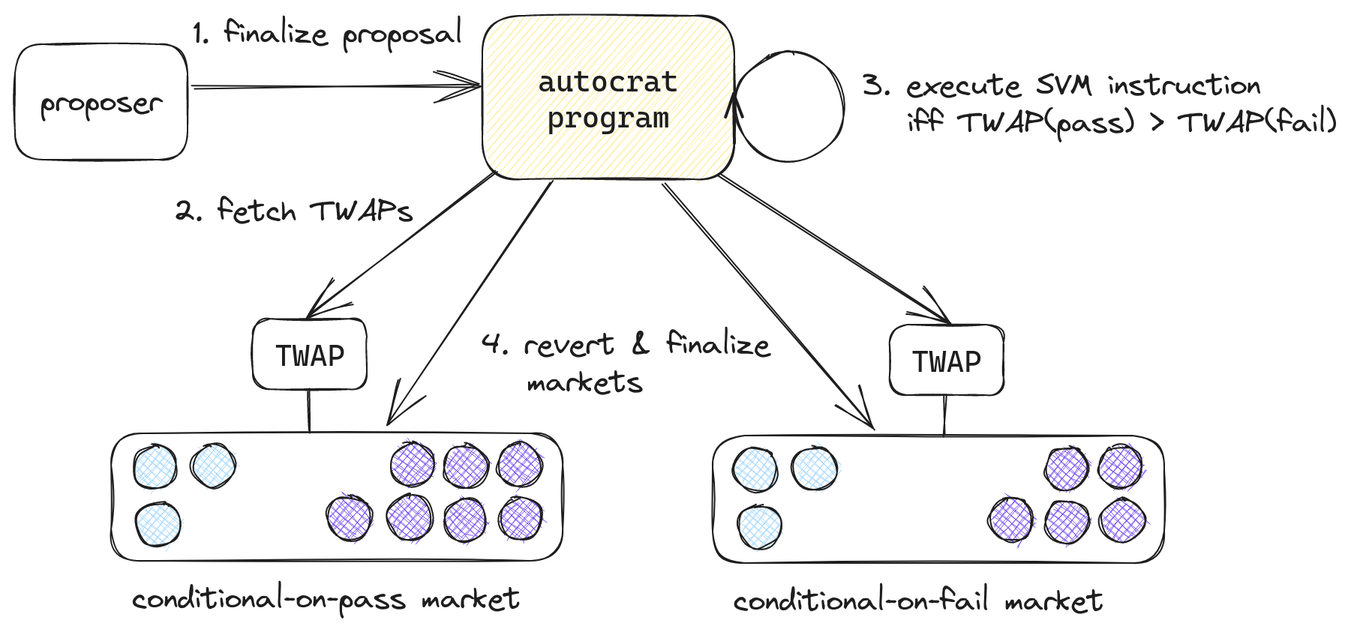
The Excalidraw diagram img/autocrat-finalize.png in metaDAOproject/JTD-docs, before a commit. Source tidied: one line per element, renumbered; positions are measured from the earlier drawing's top-left corner, leaving out a move shared by most shapes.
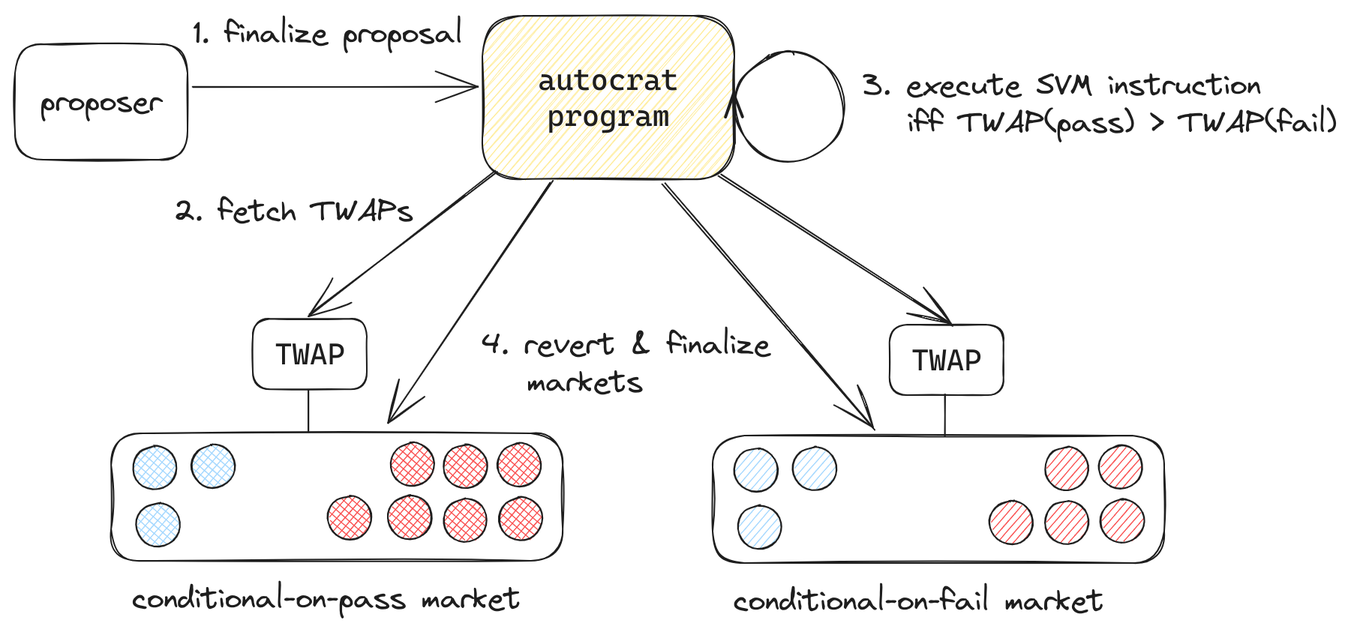
Above is the later version.

Commit message:
Add autocrat finalize image

Diff of the diagram source:
```diff
@@ -11,21 +11,21 @@
 {"id": 10, "type": "rectangle", "strokeColor": "#1e1e1e", "strokeWidth": 1, "roughness": 1, "round": true, "x": 64, "y": 279, "width": 301, "height": 85}
 {"id": 11, "type": "ellipse", "strokeColor": "#1e1e1e", "backgroundColor": "#a5d8ff", "fillStyle": "cross-hatch", "strokeWidth": 1, "roughness": 1, "round": true, "x": 79, "y": 288, "width": 29, "height": 29}
 {"id": 12, "type": "ellipse", "strokeColor": "#1e1e1e", "backgroundColor": "#a5d8ff", "fillStyle": "cross-hatch", "strokeWidth": 1, "roughness": 1, "round": true, "x": 118, "y": 286, "width": 29, "height": 29}
-{"id": 13, "type": "ellipse", "strokeColor": "#1e1e1e", "backgroundColor": "#7950f2", "fillStyle": "cross-hatch", "strokeWidth": 1, "roughness": 1, "round": true, "x": 323, "y": 322, "width": 29, "height": 29}
+{"id": 13, "type": "ellipse", "strokeColor": "#1e1e1e", "backgroundColor": "#fa5252", "fillStyle": "cross-hatch", "strokeWidth": 1, "roughness": 1, "round": true, "x": 323, "y": 322, "width": 29, "height": 29}
-{"id": 14, "type": "ellipse", "strokeColor": "#1e1e1e", "backgroundColor": "#7950f2", "fillStyle": "cross-hatch", "strokeWidth": 1, "roughness": 1, "round": true, "x": 286, "y": 322, "width": 29, "height": 29}
+{"id": 14, "type": "ellipse", "strokeColor": "#1e1e1e", "backgroundColor": "#fa5252", "fillStyle": "cross-hatch", "strokeWidth": 1, "roughness": 1, "round": true, "x": 286, "y": 322, "width": 29, "height": 29}
-{"id": 15, "type": "ellipse", "strokeColor": "#1e1e1e", "backgroundColor": "#7950f2", "fillStyle": "cross-hatch", "strokeWidth": 1, "roughness": 1, "round": true, "x": 322, "y": 286, "width": 29, "height": 29}
+{"id": 15, "type": "ellipse", "strokeColor": "#1e1e1e", "backgroundColor": "#fa5252", "fillStyle": "cross-hatch", "strokeWidth": 1, "roughness": 1, "round": true, "x": 322, "y": 286, "width": 29, "height": 29}
-{"id": 16, "type": "ellipse", "strokeColor": "#1e1e1e", "backgroundColor": "#7950f2", "fillStyle": "cross-hatch", "strokeWidth": 1, "roughness": 1, "round": true, "x": 286, "y": 286, "width": 29, "height": 29}
+{"id": 16, "type": "ellipse", "strokeColor": "#1e1e1e", "backgroundColor": "#fa5252", "fillStyle": "cross-hatch", "strokeWidth": 1, "roughness": 1, "round": true, "x": 286, "y": 286, "width": 29, "height": 29}
-{"id": 17, "type": "ellipse", "strokeColor": "#1e1e1e", "backgroundColor": "#7950f2", "fillStyle": "cross-hatch", "strokeWidth": 1, "roughness": 1, "round": true, "x": 249, "y": 320, "width": 29, "height": 29}
+{"id": 17, "type": "ellipse", "strokeColor": "#1e1e1e", "backgroundColor": "#fa5252", "fillStyle": "cross-hatch", "strokeWidth": 1, "roughness": 1, "round": true, "x": 249, "y": 320, "width": 29, "height": 29}
 {"id": 18, "type": "text", "text": "conditional-on-pass market", "strokeColor": "#1e1e1e", "strokeWidth": 1, "roughness": 1, "fontSize": 20, "fontFamily": 1, "x": 78, "y": 377, "width": 259, "height": 25}
-{"id": 19, "type": "ellipse", "strokeColor": "#1e1e1e", "backgroundColor": "#a5d8ff", "fillStyle": "cross-hatch", "strokeWidth": 1, "roughness": 1, "round": true, "x": 482, "y": 327, "width": 29, "height": 29}
+{"id": 19, "type": "ellipse", "strokeColor": "#1e1e1e", "backgroundColor": "#a5d8ff", "fillStyle": "hachure", "strokeWidth": 1, "roughness": 1, "round": true, "x": 482, "y": 327, "width": 29, "height": 29}
 {"id": 20, "type": "rectangle", "strokeColor": "#1e1e1e", "strokeWidth": 1, "roughness": 1, "round": true, "x": 465, "y": 280, "width": 301, "height": 85}
-{"id": 21, "type": "ellipse", "strokeColor": "#1e1e1e", "backgroundColor": "#a5d8ff", "fillStyle": "cross-hatch", "strokeWidth": 1, "roughness": 1, "round": true, "x": 480, "y": 289, "width": 29, "height": 29}
+{"id": 21, "type": "ellipse", "strokeColor": "#1e1e1e", "backgroundColor": "#a5d8ff", "fillStyle": "hachure", "strokeWidth": 1, "roughness": 1, "round": true, "x": 480, "y": 289, "width": 29, "height": 29}
-{"id": 22, "type": "ellipse", "strokeColor": "#1e1e1e", "backgroundColor": "#a5d8ff", "fillStyle": "cross-hatch", "strokeWidth": 1, "roughness": 1, "round": true, "x": 518, "y": 288, "width": 29, "height": 29}
+{"id": 22, "type": "ellipse", "strokeColor": "#1e1e1e", "backgroundColor": "#a5d8ff", "fillStyle": "hachure", "strokeWidth": 1, "roughness": 1, "round": true, "x": 518, "y": 288, "width": 29, "height": 29}
-{"id": 23, "type": "ellipse", "strokeColor": "#1e1e1e", "backgroundColor": "#7950f2", "fillStyle": "cross-hatch", "strokeWidth": 1, "roughness": 1, "round": true, "x": 724, "y": 323, "width": 29, "height": 29}
+{"id": 23, "type": "ellipse", "strokeColor": "#1e1e1e", "backgroundColor": "#fa5252", "fillStyle": "hachure", "strokeWidth": 1, "roughness": 1, "round": true, "x": 724, "y": 323, "width": 29, "height": 29}
-{"id": 24, "type": "ellipse", "strokeColor": "#1e1e1e", "backgroundColor": "#7950f2", "fillStyle": "cross-hatch", "strokeWidth": 1, "roughness": 1, "round": true, "x": 686, "y": 324, "width": 29, "height": 29}
+{"id": 24, "type": "ellipse", "strokeColor": "#1e1e1e", "backgroundColor": "#fa5252", "fillStyle": "hachure", "strokeWidth": 1, "roughness": 1, "round": true, "x": 686, "y": 324, "width": 29, "height": 29}
-{"id": 25, "type": "ellipse", "strokeColor": "#1e1e1e", "backgroundColor": "#7950f2", "fillStyle": "cross-hatch", "strokeWidth": 1, "roughness": 1, "round": true, "x": 722, "y": 287, "width": 29, "height": 29}
+{"id": 25, "type": "ellipse", "strokeColor": "#1e1e1e", "backgroundColor": "#fa5252", "fillStyle": "hachure", "strokeWidth": 1, "roughness": 1, "round": true, "x": 722, "y": 287, "width": 29, "height": 29}
-{"id": 26, "type": "ellipse", "strokeColor": "#1e1e1e", "backgroundColor": "#7950f2", "fillStyle": "cross-hatch", "strokeWidth": 1, "roughness": 1, "round": true, "x": 686, "y": 288, "width": 29, "height": 29}
+{"id": 26, "type": "ellipse", "strokeColor": "#1e1e1e", "backgroundColor": "#fa5252", "fillStyle": "hachure", "strokeWidth": 1, "roughness": 1, "round": true, "x": 686, "y": 288, "width": 29, "height": 29}
-{"id": 27, "type": "ellipse", "strokeColor": "#1e1e1e", "backgroundColor": "#7950f2", "fillStyle": "cross-hatch", "strokeWidth": 1, "roughness": 1, "round": true, "x": 650, "y": 322, "width": 29, "height": 29}
+{"id": 27, "type": "ellipse", "strokeColor": "#1e1e1e", "backgroundColor": "#fa5252", "fillStyle": "hachure", "strokeWidth": 1, "roughness": 1, "round": true, "x": 650, "y": 324, "width": 29, "height": 29}
 {"id": 28, "type": "text", "text": "conditional-on-fail market", "strokeColor": "#1e1e1e", "strokeWidth": 1, "roughness": 1, "fontSize": 20, "fontFamily": 1, "x": 479, "y": 378, "width": 247, "height": 25}
 {"id": 29, "type": "rectangle", "strokeColor": "#1e1e1e", "strokeWidth": 1, "roughness": 1, "round": true, "x": 158, "y": 203, "width": 76, "height": 47}
 {"id": 30, "type": "text", "text": "TWAP", "strokeColor": "#1e1e1e", "strokeWidth": 1, "roughness": 1, "fontSize": 20, "fontFamily": 3, "textAlign": "center", "verticalAlign": "middle", "inside": 29, "x": 173, "y": 214, "width": 47, "height": 24}
@@ -33,8 +33,8 @@
 {"id": 32, "type": "ellipse", "strokeColor": "#1e1e1e", "strokeWidth": 1, "roughness": 1, "round": true, "x": 480, "y": 25, "width": 73, "height": 73}
 {"id": 33, "type": "arrow", "strokeColor": "#1e1e1e", "strokeWidth": 2, "roughness": 0, "endArrowhead": "arrow", "round": true, "from": 32, "to": 32, "x": 480, "y": 86, "width": 1, "height": 33, "points": [[0, 0], [-1, -33]]}
 {"id": 34, "type": "text", "text": "3. execute SVM instruction\n   iff TWAP(pass) > TWAP(fail)", "strokeColor": "#1e1e1e", "strokeWidth": 2, "roughness": 0, "fontSize": 20, "fontFamily": 1, "x": 565, "y": 34, "width": 316, "height": 50}
-{"id": 35, "type": "ellipse", "strokeColor": "#1e1e1e", "backgroundColor": "#7950f2", "fillStyle": "cross-hatch", "strokeWidth": 1, "roughness": 1, "round": true, "x": 250, "y": 285, "width": 29, "height": 29}
+{"id": 35, "type": "ellipse", "strokeColor": "#1e1e1e", "backgroundColor": "#fa5252", "fillStyle": "cross-hatch", "strokeWidth": 1, "roughness": 1, "round": true, "x": 250, "y": 285, "width": 29, "height": 29}
-{"id": 36, "type": "ellipse", "strokeColor": "#1e1e1e", "backgroundColor": "#7950f2", "fillStyle": "cross-hatch", "strokeWidth": 1, "roughness": 1, "round": true, "x": 209, "y": 321, "width": 29, "height": 29}
+{"id": 36, "type": "ellipse", "strokeColor": "#1e1e1e", "backgroundColor": "#fa5252", "fillStyle": "cross-hatch", "strokeWidth": 1, "roughness": 1, "round": true, "x": 209, "y": 321, "width": 29, "height": 29}
 {"id": 37, "type": "arrow", "strokeColor": "#1e1e1e", "strokeWidth": 1, "roughness": 1, "endArrowhead": "arrow", "round": true, "to": 29, "x": 321, "y": 104, "width": 126, "height": 96, "points": [[0, 0], [-126, 96]]}
 {"id": 38, "type": "text", "text": "2. fetch TWAPs", "strokeColor": "#1e1e1e", "strokeWidth": 1, "roughness": 1, "fontSize": 20, "fontFamily": 1, "x": 106, "y": 118, "width": 160, "height": 25}
 {"id": 39, "type": "arrow", "strokeColor": "#1e1e1e", "strokeWidth": 1, "roughness": 1, "endArrowhead": "arrow", "round": true, "x": 469, "y": 107, "width": 156, "height": 99, "points": [[0, 0], [156, 99]]}
```
